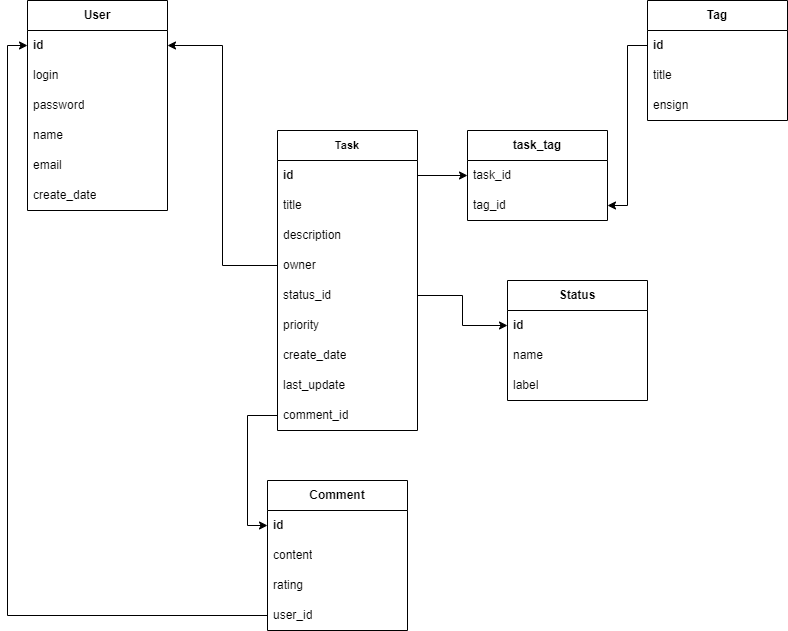
dmitrijgashuk/Task_Manager keeps this draw.io diagram as db_schema.drawio.png. Above is the earlier version. Source tidied: cells renumbered, new cells last; positions are measured from the earlier drawing's top-left corner, leaving out a move shared by most shapes.
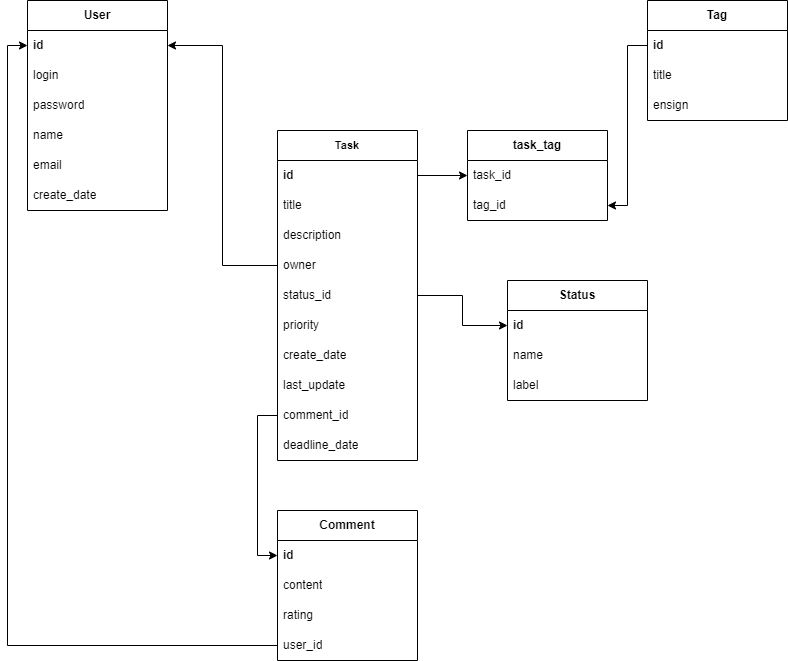
The same diagram one commit later.

The edit, as a diff of the source:
```diff
@@ -24,7 +24,7 @@
       <mxGeometry y="180" width="140" height="30" as="geometry" />
     </mxCell>
     <mxCell id="9" value="Task" style="swimlane;fontStyle=1;horizontal=1;startSize=30;whiteSpace=wrap;html=1;fontSize=11;" parent="1" vertex="1">
-      <mxGeometry x="250" y="130" width="140" height="300" as="geometry" />
+      <mxGeometry x="250" y="130" width="140" height="330" as="geometry" />
     </mxCell>
     <mxCell id="10" value="id" style="text;strokeColor=none;fillColor=none;align=left;verticalAlign=middle;spacingLeft=4;spacingRight=4;overflow=hidden;points=[[0,0.5],[1,0.5]];portConstraint=eastwest;whiteSpace=wrap;html=1;fontStyle=1;" parent="9" vertex="1">
       <mxGeometry y="30" width="140" height="30" as="geometry" />
@@ -53,8 +53,11 @@
     <mxCell id="18" value="comment_id" style="text;strokeColor=none;fillColor=none;align=left;verticalAlign=middle;spacingLeft=4;spacingRight=4;overflow=hidden;points=[[0,0.5],[1,0.5]];portConstraint=eastwest;whiteSpace=wrap;html=1;" parent="9" vertex="1">
       <mxGeometry y="270" width="140" height="30" as="geometry" />
     </mxCell>
+    <mxCell id="41" value="deadline_date" style="text;strokeColor=none;fillColor=none;align=left;verticalAlign=middle;spacingLeft=4;spacingRight=4;overflow=hidden;whiteSpace=wrap;html=1;" parent="9" vertex="1">
+      <mxGeometry y="300" width="140" height="30" as="geometry" />
+    </mxCell>
     <mxCell id="19" value="Comment" style="swimlane;fontStyle=1;horizontal=1;startSize=30;whiteSpace=wrap;html=1;" parent="1" vertex="1">
-      <mxGeometry x="240" y="480" width="140" height="150" as="geometry" />
+      <mxGeometry x="250" y="510" width="140" height="150" as="geometry" />
     </mxCell>
     <mxCell id="20" value="id" style="text;strokeColor=none;fillColor=none;align=left;verticalAlign=middle;spacingLeft=4;spacingRight=4;overflow=hidden;points=[[0,0.5],[1,0.5]];portConstraint=eastwest;whiteSpace=wrap;html=1;fontStyle=1;" parent="19" vertex="1">
       <mxGeometry y="30" width="140" height="30" as="geometry" />
```
